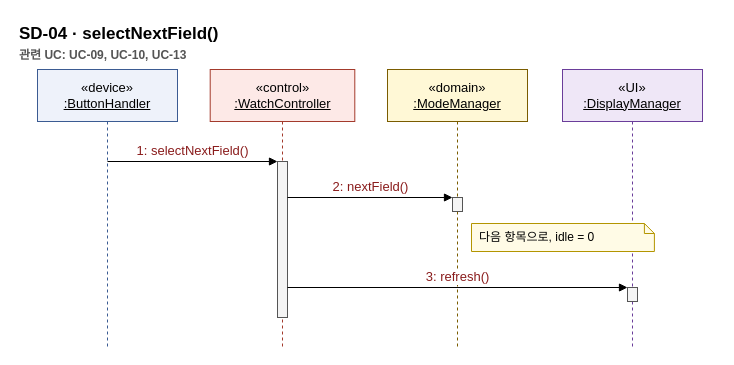
sspring2048/AssoArch keeps this draw.io diagram as page "SD-04 selectNextField()" (4 of 16) of docs/OOAD/practice/sd/DigitalWatch_SequenceDiagrams.drawio. Above is the earlier version. Source tidied: cells renumbered, new cells numbered last; positions are measured from the earlier drawing's top-left corner, leaving out a move shared by most shapes. Both pictures are drawn from the tidied source at 100%, with x=0, y=0 at pixel (17, 17).
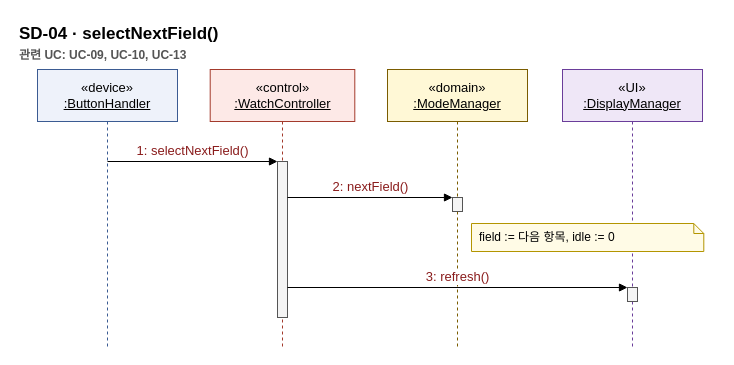
The same page after the edit.

Diff of the diagram source:
```diff
@@
 <mxGraphModel>
   <root>
     <mxCell id="0" />
     <mxCell id="1" parent="0" />
     <mxCell id="2" value="SD-04 · selectNextField()&lt;br&gt;&lt;font style=&quot;font-size:12px&quot; color=&quot;#555555&quot;&gt;관련 UC: UC-09, UC-10, UC-13&lt;/font&gt;" style="text;html=1;fontSize=17;fontStyle=1;align=left;verticalAlign=top;" parent="1" vertex="1">
       <mxGeometry width="700" height="44" as="geometry" />
     </mxCell>
     <mxCell id="3" value="«device»&lt;br&gt;&lt;u&gt;:ButtonHandler&lt;/u&gt;" style="shape=umlLifeline;perimeter=lifelinePerimeter;whiteSpace=wrap;html=1;size=52;fillColor=#eef2fa;strokeColor=#3b5b92;fontSize=13;" parent="1" vertex="1">
       <mxGeometry x="20" y="52" width="140" height="278" as="geometry" />
     </mxCell>
     <mxCell id="4" value="«control»&lt;br&gt;&lt;u&gt;:WatchController&lt;/u&gt;" style="shape=umlLifeline;perimeter=lifelinePerimeter;whiteSpace=wrap;html=1;size=52;fillColor=#fde9e7;strokeColor=#a33a2c;fontSize=13;" parent="1" vertex="1">
       <mxGeometry x="192.7" y="52" width="144.6" height="278" as="geometry" />
     </mxCell>
     <mxCell id="5" value="«domain»&lt;br&gt;&lt;u&gt;:ModeManager&lt;/u&gt;" style="shape=umlLifeline;perimeter=lifelinePerimeter;whiteSpace=wrap;html=1;size=52;fillColor=#fff8d6;strokeColor=#7a5c00;fontSize=13;" parent="1" vertex="1">
       <mxGeometry x="370" y="52" width="140" height="278" as="geometry" />
     </mxCell>
     <mxCell id="6" value="«UI»&lt;br&gt;&lt;u&gt;:DisplayManager&lt;/u&gt;" style="shape=umlLifeline;perimeter=lifelinePerimeter;whiteSpace=wrap;html=1;size=52;fillColor=#efe7f7;strokeColor=#6a3d9a;fontSize=13;" parent="1" vertex="1">
       <mxGeometry x="545" y="52" width="140" height="278" as="geometry" />
     </mxCell>
     <mxCell id="7" style="html=1;perimeter=orthogonalPerimeter;fillColor=#f4f4f4;strokeColor=#555555;" parent="1" vertex="1">
       <mxGeometry x="435" y="180" width="10" height="14" as="geometry" />
     </mxCell>
     <mxCell id="8" style="html=1;perimeter=orthogonalPerimeter;fillColor=#f4f4f4;strokeColor=#555555;" parent="1" vertex="1">
       <mxGeometry x="610" y="270" width="10" height="14" as="geometry" />
     </mxCell>
     <mxCell id="9" style="html=1;perimeter=orthogonalPerimeter;fillColor=#f4f4f4;strokeColor=#555555;" parent="1" vertex="1">
       <mxGeometry x="260" y="144" width="10" height="156" as="geometry" />
     </mxCell>
     <mxCell id="10" value="1: selectNextField()" style="html=1;verticalAlign=bottom;endArrow=block;endFill=1;fontSize=13;fontColor=#8a1c1c;" parent="1" edge="1">
       <mxGeometry relative="1" as="geometry">
         <mxPoint x="90" y="144" as="sourcePoint" />
         <mxPoint x="260" y="144" as="targetPoint" />
       </mxGeometry>
     </mxCell>
     <mxCell id="11" value="2: nextField()" style="html=1;verticalAlign=bottom;endArrow=block;endFill=1;fontSize=13;fontColor=#8a1c1c;" parent="1" edge="1">
       <mxGeometry relative="1" as="geometry">
         <mxPoint x="270" y="180" as="sourcePoint" />
         <mxPoint x="435" y="180" as="targetPoint" />
       </mxGeometry>
     </mxCell>
-    <mxCell id="12" value="다음 항목으로, idle = 0" style="shape=note;size=10;whiteSpace=wrap;html=1;align=left;spacingLeft=6;fontSize=12;fillColor=#fffbe6;strokeColor=#b39500;" parent="1" vertex="1">
-      <mxGeometry x="454" y="206" width="182.9" height="28" as="geometry" />
+    <mxCell id="12" value="field := 다음 항목, idle := 0" style="shape=note;size=10;whiteSpace=wrap;html=1;align=left;spacingLeft=6;fontSize=12;fillColor=#fffbe6;strokeColor=#b39500;" parent="1" vertex="1">
+      <mxGeometry x="454" y="206" width="232.3" height="28" as="geometry" />
     </mxCell>
     <mxCell id="13" value="3: refresh()" style="html=1;verticalAlign=bottom;endArrow=block;endFill=1;fontSize=13;fontColor=#8a1c1c;" parent="1" edge="1">
       <mxGeometry relative="1" as="geometry">
         <mxPoint x="270" y="270" as="sourcePoint" />
         <mxPoint x="610" y="270" as="targetPoint" />
       </mxGeometry>
     </mxCell>
   </root>
 </mxGraphModel>
```
